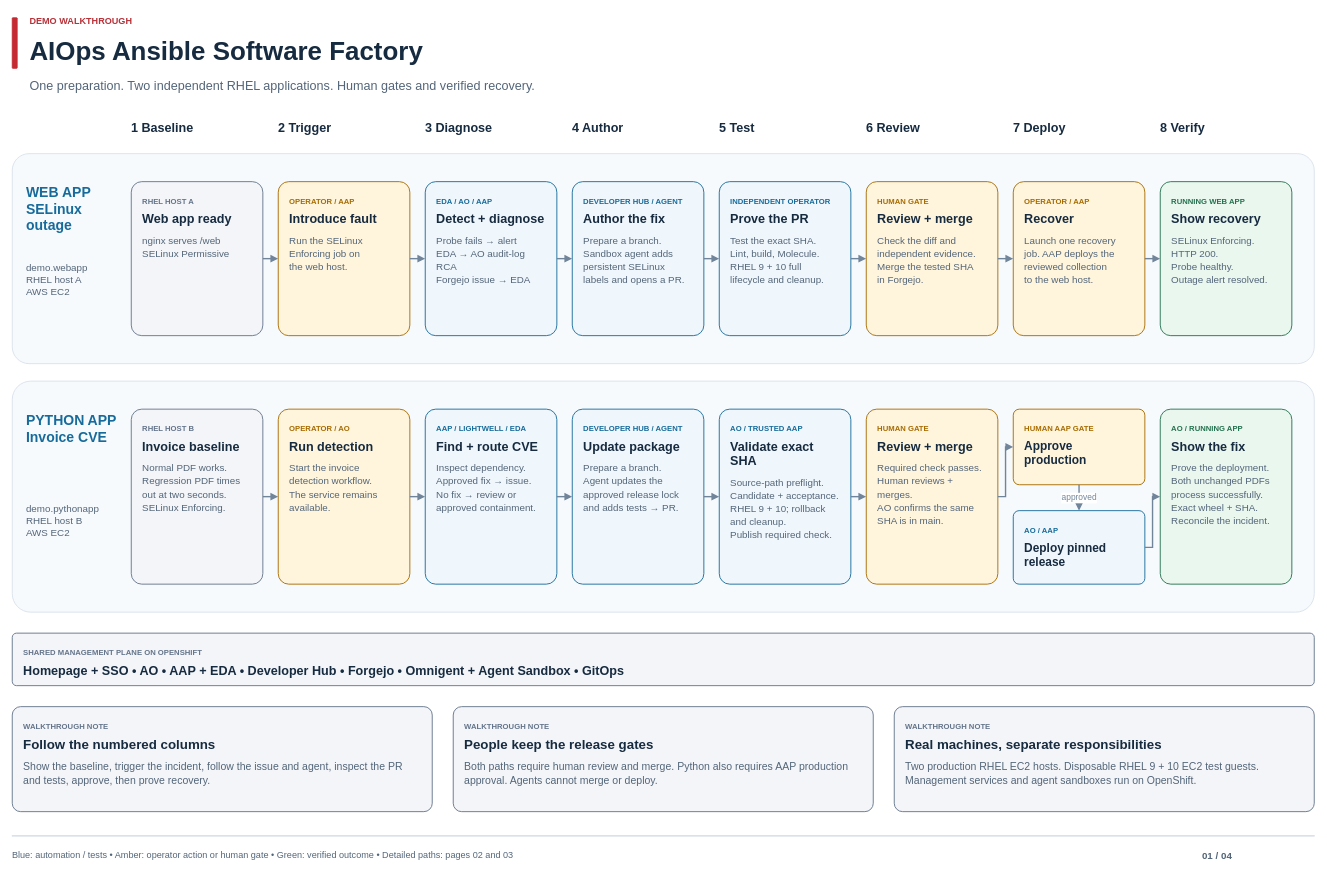
aiops-ansible-software-factory-demojam/openshift-gitops keeps this draw.io diagram as page "01 Overview" (1 of 4) of docs/diagrams/demo-workflow.drawio. Above is the earlier version. Source tidied: cells renumbered, new cells numbered last; positions are measured from the earlier drawing's top-left corner, leaving out a move shared by most shapes. Both pictures are drawn from the tidied source at 70%, with x=0, y=0 at pixel (12, 12).
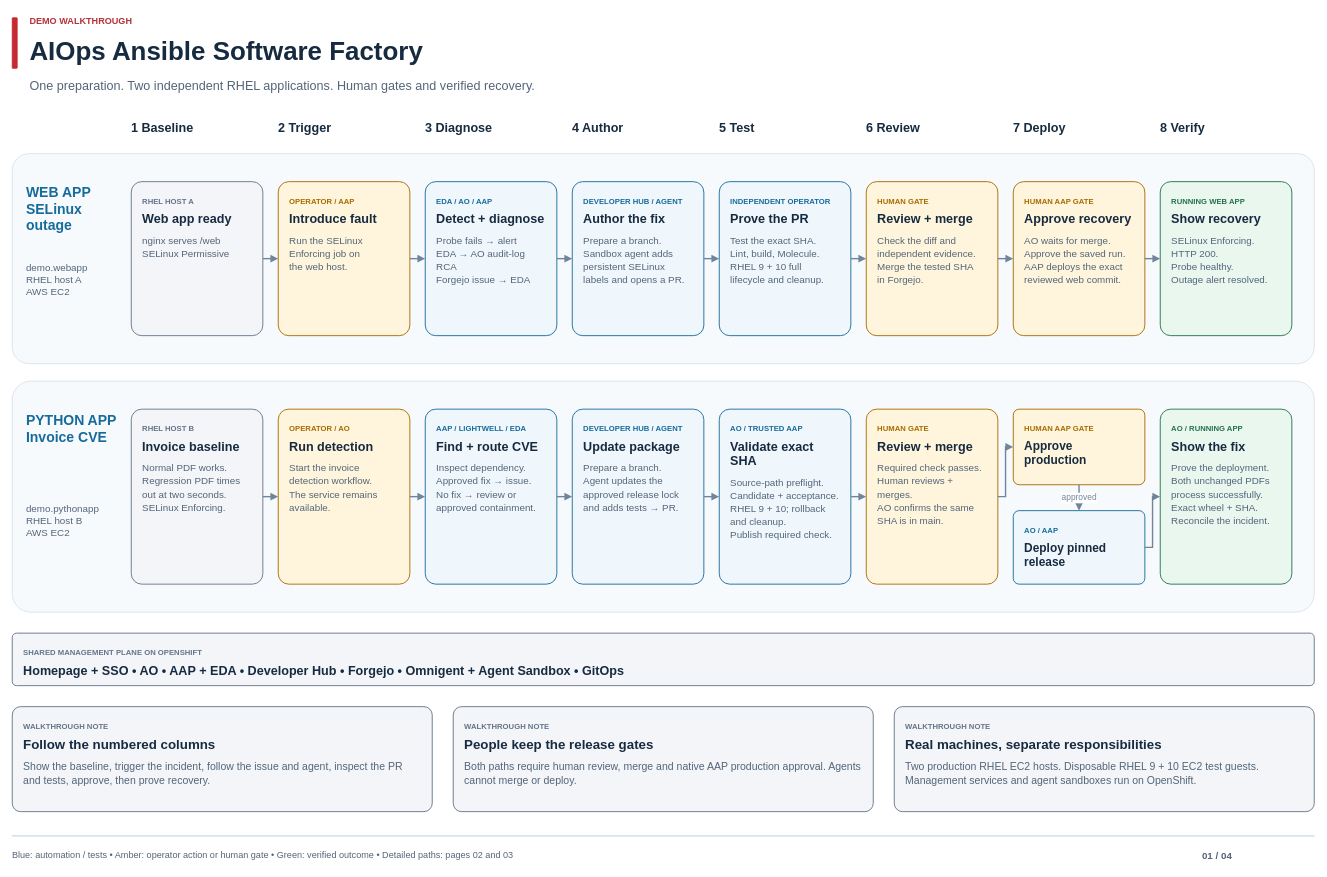
The same page after the edit.

Commit message (it also covers changes not shown here):
Wait for exact nginx PR merge and orchestrate approved recovery

What changed in the source:
```diff
@@
-    <mxCell id="26" value="&lt;div style=&quot;font-family:Arial;text-align:left&quot;&gt;&lt;div style=&quot;font-size:11px;font-weight:700;color:#A76B00;line-height:1.3&quot;&gt;OPERATOR / AAP&lt;/div&gt;&lt;div style=&quot;font-size:18px;font-weight:700;line-height:1.15;margin-top:9px;color:#172B40&quot;&gt;Recover&lt;/div&gt;&lt;div style=&quot;font-size:14px;line-height:1.35;margin-top:10px;color:#536579&quot;&gt;Launch one recovery&lt;br&gt;job. AAP deploys the&lt;br&gt;reviewed collection&lt;br&gt;to the web host.&lt;/div&gt;&lt;/div&gt;" style="rounded=1;arcSize=8;whiteSpace=wrap;html=1;fillColor=#FFF5DC;strokeColor=#A76B00;strokeWidth=1.3;align=left;verticalAlign=top;spacing=16;fontFamily=Arial;" parent="1" vertex="1">
+    <mxCell id="26" value="&lt;div style=&quot;font-family:Arial;text-align:left&quot;&gt;&lt;div style=&quot;font-size:11px;font-weight:700;color:#A76B00;line-height:1.3&quot;&gt;HUMAN AAP GATE&lt;/div&gt;&lt;div style=&quot;font-size:18px;font-weight:700;line-height:1.15;margin-top:9px;color:#172B40&quot;&gt;Approve recovery&lt;/div&gt;&lt;div style=&quot;font-size:14px;line-height:1.35;margin-top:10px;color:#536579&quot;&gt;AO waits for merge.&lt;br&gt;Approve the saved run.&lt;br&gt;AAP deploys the exact&lt;br&gt;reviewed web commit.&lt;/div&gt;&lt;/div&gt;" style="rounded=1;arcSize=8;whiteSpace=wrap;html=1;fillColor=#FFF5DC;strokeColor=#A76B00;strokeWidth=1.3;align=left;verticalAlign=top;spacing=16;fontFamily=Arial;" parent="1" vertex="1">
       <mxGeometry x="1430" y="242" width="188" height="220" as="geometry" />
     </mxCell>
@@
-    <mxCell id="39" value="&lt;div style=&quot;font-family:Arial;text-align:left&quot;&gt;&lt;div style=&quot;font-size:11px;font-weight:700;color:#64748B;line-height:1.3&quot;&gt;WALKTHROUGH NOTE&lt;/div&gt;&lt;div style=&quot;font-size:19px;font-weight:700;line-height:1.15;margin-top:9px;color:#172B40&quot;&gt;People keep the release gates&lt;/div&gt;&lt;div style=&quot;font-size:15px;line-height:1.35;margin-top:10px;color:#536579&quot;&gt;Both paths require human review and merge. Python also requires AAP production approval. Agents cannot merge or deploy.&lt;/div&gt;&lt;/div&gt;" style="rounded=1;arcSize=8;whiteSpace=wrap;html=1;fillColor=#F3F5F8;strokeColor=#64748B;strokeWidth=1.3;align=left;verticalAlign=top;spacing=16;fontFamily=Arial;" parent="1" vertex="1">
+    <mxCell id="39" value="&lt;div style=&quot;font-family:Arial;text-align:left&quot;&gt;&lt;div style=&quot;font-size:11px;font-weight:700;color:#64748B;line-height:1.3&quot;&gt;WALKTHROUGH NOTE&lt;/div&gt;&lt;div style=&quot;font-size:19px;font-weight:700;line-height:1.15;margin-top:9px;color:#172B40&quot;&gt;People keep the release gates&lt;/div&gt;&lt;div style=&quot;font-size:15px;line-height:1.35;margin-top:10px;color:#536579&quot;&gt;Both paths require human review, merge and native AAP production approval. Agents cannot merge or deploy.&lt;/div&gt;&lt;/div&gt;" style="rounded=1;arcSize=8;whiteSpace=wrap;html=1;fillColor=#F3F5F8;strokeColor=#64748B;strokeWidth=1.3;align=left;verticalAlign=top;spacing=16;fontFamily=Arial;" parent="1" vertex="1">
       <mxGeometry x="630" y="992" width="600" height="150" as="geometry" />
     </mxCell>
```
